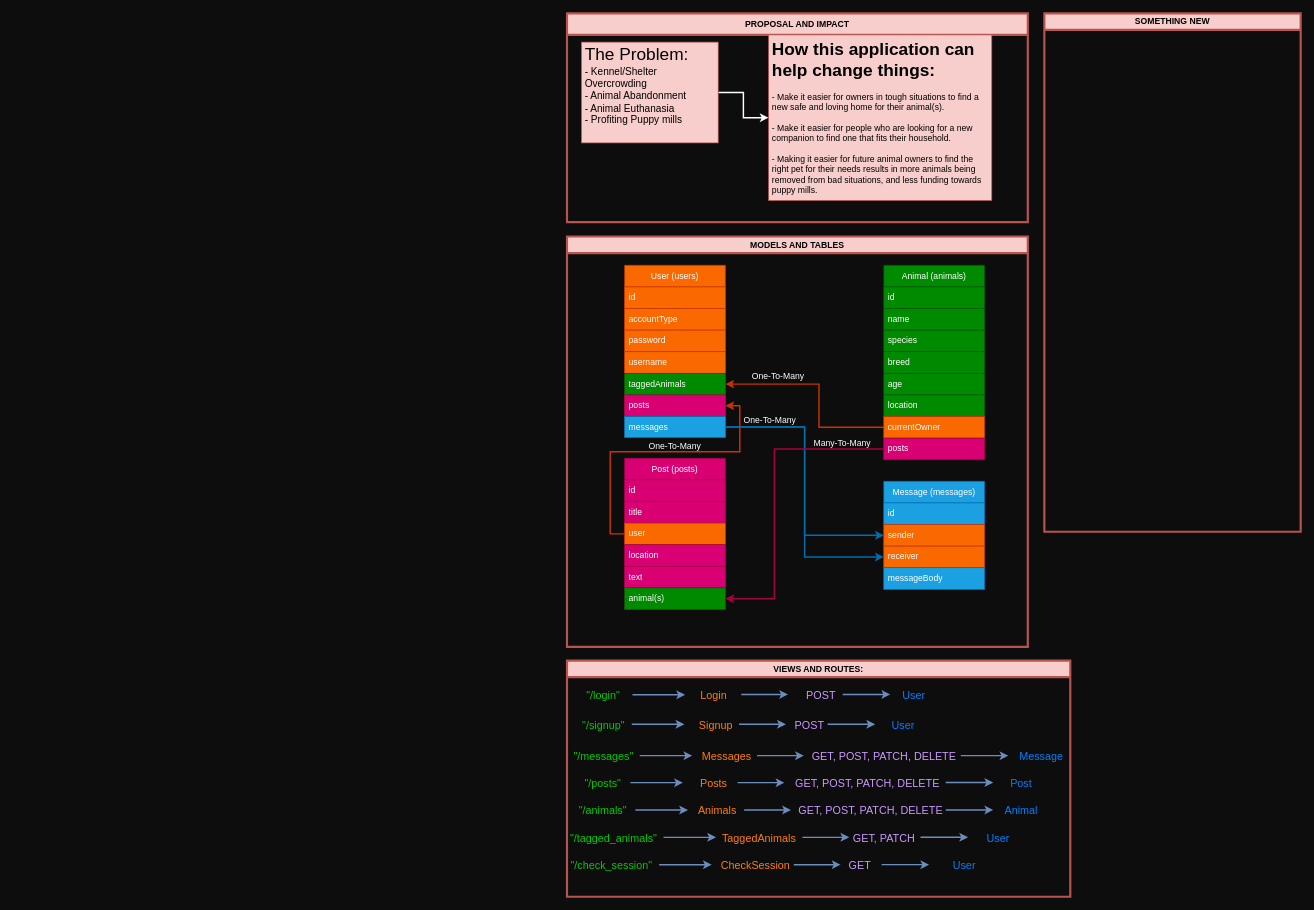
Earlier version of the draw.io diagram Untitled Diagram.drawio (kammau/Animal-Share). Source tidied: cells renumbered, new cells numbered last; positions are measured from the earlier drawing's top-left corner, leaving out a move shared by most shapes. Both pictures are drawn from the tidied source at 72%, with x=0, y=0 at pixel (567, 13).
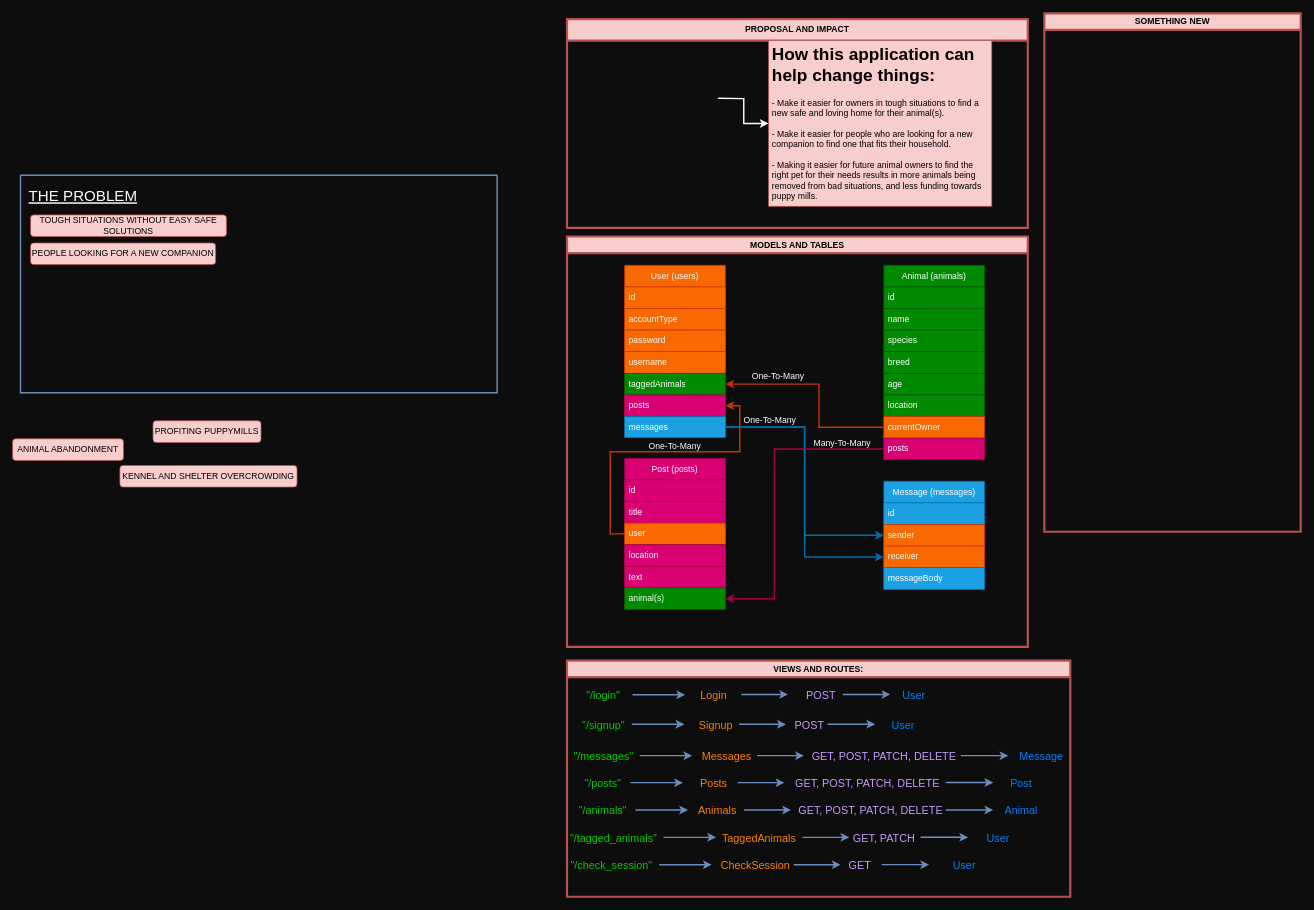
The same page after the edit.

Unchanged cells that the change refers to:
```xml
<mxCell id="3" value="&lt;h1&gt;How this application can help change things:&lt;/h1&gt;&lt;div&gt;- Make it easier for owners in tough situations to find a new safe and loving home for their animal(s).&lt;/div&gt;&lt;div&gt;&lt;br&gt;&lt;/div&gt;&lt;div&gt;- Make it easier for people who are looking for a new companion to find one that fits their household.&lt;/div&gt;&lt;div&gt;&lt;br&gt;&lt;/div&gt;&lt;div&gt;- Making it easier for future animal owners to find the right pet for their needs results in more animals being removed from bad situations, and less funding towards puppy mills.&lt;/div&gt;" style="text;html=1;strokeColor=#b85450;fillColor=#f8cecc;spacing=5;spacingTop=-20;whiteSpace=wrap;overflow=hidden;rounded=0;" parent="2" vertex="1">
  <mxGeometry x="280" y="30" width="310" height="230" as="geometry" />
</mxCell>
```

Change to the diagram source:
```diff
@@
     <mxCell id="2" value="PROPOSAL AND IMPACT" style="swimlane;whiteSpace=wrap;html=1;startSize=30;fillColor=#f8cecc;strokeColor=#b85450;strokeWidth=3;" parent="1" vertex="1">
-      <mxGeometry width="640" height="290" as="geometry" />
+      <mxGeometry y="8" width="640" height="290" as="geometry" />
     </mxCell>
@@
-    <mxCell id="4" style="edgeStyle=orthogonalEdgeStyle;rounded=0;jettySize=auto;html=1;strokeColor=#FFFFFF;strokeWidth=2;" parent="2" edge="1" source="5" target="3">
-      <mxGeometry relative="1" as="geometry" />
+    <mxCell id="4" style="edgeStyle=orthogonalEdgeStyle;rounded=0;jettySize=auto;html=1;strokeColor=#FFFFFF;strokeWidth=2;" parent="2" edge="1" target="3">
+      <mxGeometry relative="1" as="geometry">
+        <mxPoint x="210" y="110" as="sourcePoint" />
+      </mxGeometry>
     </mxCell>
-    <mxCell id="5" value="&lt;br&gt;&lt;font style=&quot;font-size: 24px;&quot;&gt;The Problem:&lt;br&gt;&lt;/font&gt;&lt;font style=&quot;font-size: 14px;&quot;&gt;- Kennel/Shelter Overcrowding&lt;br&gt;- Animal Abandonment&lt;br&gt;- Animal Euthanasia&lt;br&gt;- Profiting Puppy mills&lt;/font&gt;" style="text;html=1;strokeColor=#b85450;fillColor=#f8cecc;spacing=5;spacingTop=-20;whiteSpace=wrap;overflow=hidden;rounded=0;" parent="2" vertex="1">
-      <mxGeometry x="20" y="40" width="190" height="140" as="geometry" />
-    </mxCell>
@@
+    <mxCell id="96" style="swimlane;startSize=0;fillColor=#dae8fc;strokeColor=#6c8ebf;strokeWidth=2;" parent="1" vertex="1">
+      <mxGeometry x="-759" y="225" width="662" height="302" as="geometry" />
+    </mxCell>
+    <mxCell id="97" value="THE PROBLEM" style="text;html=1;strokeColor=none;fillColor=none;align=center;verticalAlign=middle;whiteSpace=wrap;rounded=0;fontColor=#FFFFFF;fontSize=21;fontStyle=4;" parent="96" vertex="1">
+      <mxGeometry x="2" y="13" width="170" height="30" as="geometry" />
+    </mxCell>
+    <mxCell id="98" value="TOUGH SITUATIONS WITHOUT EASY SAFE SOLUTIONS" style="text;html=1;strokeColor=#b85450;fillColor=#f8cecc;align=center;verticalAlign=middle;whiteSpace=wrap;rounded=1;glass=0;shadow=0;" parent="96" vertex="1">
+      <mxGeometry x="14" y="55" width="272" height="30" as="geometry" />
+    </mxCell>
+    <mxCell id="99" style="edgeStyle=orthogonalEdgeStyle;rounded=0;orthogonalLoop=1;jettySize=auto;html=1;exitX=0.5;exitY=1;exitDx=0;exitDy=0;" parent="96" edge="1" source="98" target="98">
+      <mxGeometry relative="1" as="geometry" />
+    </mxCell>
+    <mxCell id="100" value="PEOPLE LOOKING FOR A NEW COMPANION" style="text;html=1;strokeColor=#b85450;fillColor=#f8cecc;align=center;verticalAlign=middle;whiteSpace=wrap;rounded=1;" parent="96" vertex="1">
+      <mxGeometry x="14" y="94" width="257" height="30" as="geometry" />
+    </mxCell>
+    <mxCell id="101" value="ANIMAL ABANDONMENT" style="text;html=1;strokeColor=#b85450;fillColor=#f8cecc;align=center;verticalAlign=middle;whiteSpace=wrap;rounded=1;" parent="1" vertex="1">
+      <mxGeometry x="-770" y="591" width="154" height="30" as="geometry" />
+    </mxCell>
+    <mxCell id="102" value="PROFITING PUPPYMILLS" style="text;html=1;strokeColor=#b85450;fillColor=#f8cecc;align=center;verticalAlign=middle;whiteSpace=wrap;rounded=1;" parent="1" vertex="1">
+      <mxGeometry x="-575" y="566" width="150" height="30" as="geometry" />
+    </mxCell>
+    <mxCell id="103" value="KENNEL AND SHELTER OVERCROWDING" style="text;html=1;strokeColor=#b85450;fillColor=#f8cecc;align=center;verticalAlign=middle;whiteSpace=wrap;rounded=1;" parent="1" vertex="1">
+      <mxGeometry x="-621" y="628" width="246" height="30" as="geometry" />
+    </mxCell>
```
